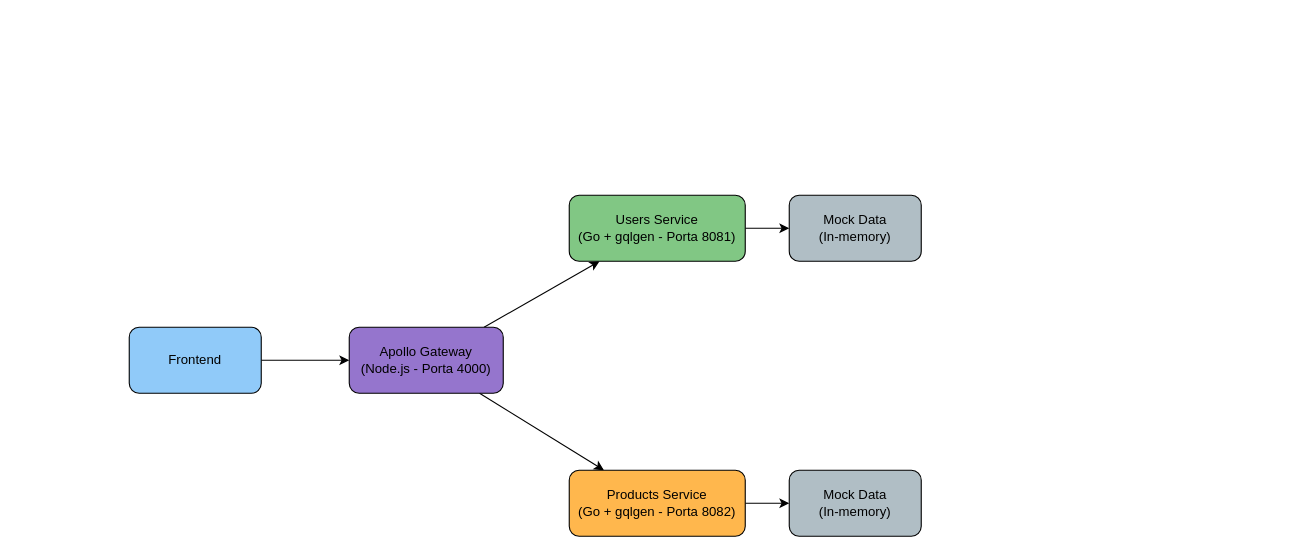
lorenaziviani/go_fed keeps this draw.io diagram as gofed/docs/arquitecture.drawio. Above is the earlier version. Source tidied: cells renumbered, new cells numbered last; positions are measured from the earlier drawing's top-left corner, leaving out a move shared by most shapes. Both pictures are drawn from the tidied source at 110%, with x=0, y=0 at pixel (129, 195).
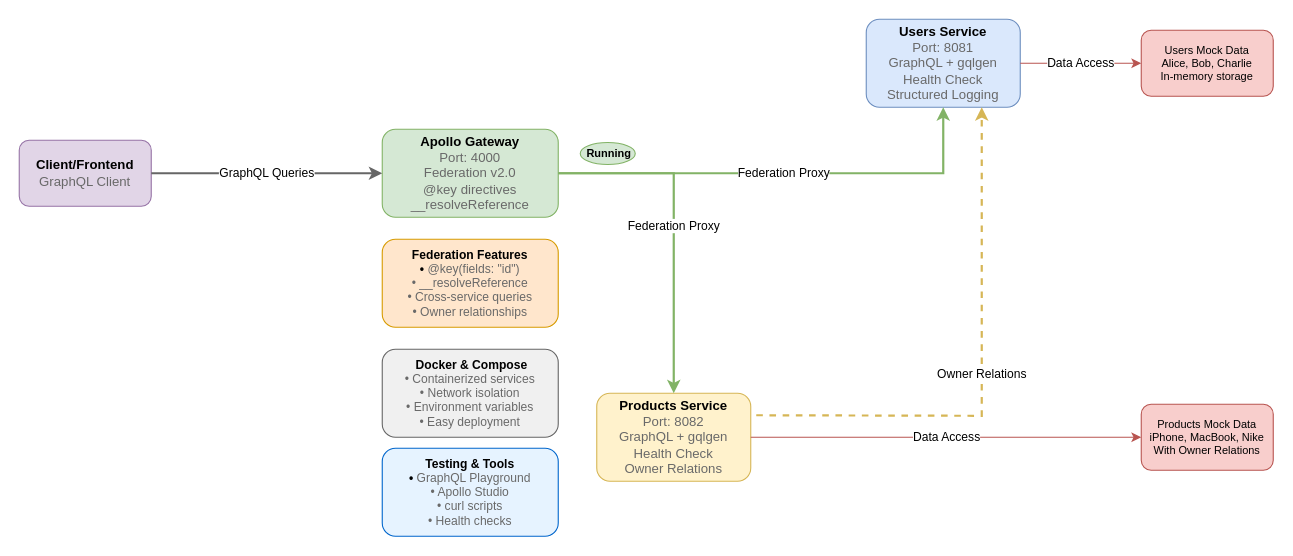
The same page after the edit.

What changed in the source:
```diff
@@
 <mxGraphModel>
   <root>
     <mxCell id="0" />
     <mxCell id="1" parent="0" />
-    <mxCell id="2" style="edgeStyle=none;html=1;" parent="1" edge="1" source="3" target="6">
-      <mxGeometry relative="1" as="geometry" />
-    </mxCell>
-    <mxCell id="3" value="Frontend" style="rounded=1;whiteSpace=wrap;html=1;fillColor=#90CAF9;" parent="1" vertex="1">
-      <mxGeometry y="120" width="120" height="60" as="geometry" />
-    </mxCell>
-    <mxCell id="4" style="edgeStyle=none;html=1;" parent="1" edge="1" source="6" target="8">
-      <mxGeometry relative="1" as="geometry" />
-    </mxCell>
-    <mxCell id="5" style="edgeStyle=none;html=1;" parent="1" edge="1" source="6" target="10">
-      <mxGeometry relative="1" as="geometry" />
-    </mxCell>
-    <mxCell id="6" value="Apollo Gateway&lt;div&gt;(Node.js - Porta 4000)&lt;/div&gt;" style="rounded=1;whiteSpace=wrap;html=1;fillColor=#9575CD;" parent="1" vertex="1">
-      <mxGeometry x="200" y="120" width="140" height="60" as="geometry" />
-    </mxCell>
-    <mxCell id="7" style="edgeStyle=none;html=1;" parent="1" edge="1" source="8" target="11">
-      <mxGeometry relative="1" as="geometry" />
-    </mxCell>
-    <mxCell id="8" value="Users Service&lt;div&gt;(Go + gqlgen - Porta 8081)&lt;/div&gt;" style="rounded=1;whiteSpace=wrap;html=1;fillColor=#81C784;" parent="1" vertex="1">
-      <mxGeometry x="400" width="160" height="60" as="geometry" />
-    </mxCell>
-    <mxCell id="9" style="edgeStyle=none;html=1;" parent="1" edge="1" source="10" target="12">
-      <mxGeometry relative="1" as="geometry" />
-    </mxCell>
-    <mxCell id="10" value="Products Service&lt;div&gt;(Go + gqlgen - Porta 8082)&lt;/div&gt;" style="rounded=1;whiteSpace=wrap;html=1;fillColor=#FFB74D;" parent="1" vertex="1">
-      <mxGeometry x="400" y="250" width="160" height="60" as="geometry" />
-    </mxCell>
-    <mxCell id="11" value="Mock Data&lt;div&gt;(In-memory)&lt;/div&gt;" style="rounded=1;whiteSpace=wrap;html=1;fillColor=#B0BEC5;" parent="1" vertex="1">
-      <mxGeometry x="600" width="120" height="60" as="geometry" />
-    </mxCell>
-    <mxCell id="12" value="Mock Data&lt;div&gt;(In-memory)&lt;/div&gt;" style="rounded=1;whiteSpace=wrap;html=1;fillColor=#B0BEC5;" parent="1" vertex="1">
-      <mxGeometry x="600" y="250" width="120" height="60" as="geometry" />
-    </mxCell>
+    <mxCell id="13" value="Client/Frontend&lt;br&gt;&lt;span style=&quot;font-weight: normal;&quot;&gt;&lt;font style=&quot;color: rgb(105, 105, 105);&quot;&gt;GraphQL &lt;/font&gt;&lt;font style=&quot;color: rgb(105, 105, 105);&quot;&gt;Client&lt;/font&gt;&lt;/span&gt;" style="rounded=1;whiteSpace=wrap;html=1;fillColor=#e1d5e7;strokeColor=#9673a6;fontSize=12;fontStyle=1;" parent="1" vertex="1">
+      <mxGeometry x="-100" y="-50" width="120" height="60" as="geometry" />
+    </mxCell>
+    <mxCell id="14" value="Apollo Gateway&lt;br&gt;&lt;span style=&quot;font-weight: normal;&quot;&gt;&lt;font style=&quot;color: rgb(105, 105, 105);&quot;&gt;Port: 4000&lt;br&gt;Federation v2.0&lt;br&gt;@key directives&lt;br&gt;__resolveReference&lt;/font&gt;&lt;/span&gt;" style="rounded=1;whiteSpace=wrap;html=1;fillColor=#d5e8d4;strokeColor=#82b366;fontSize=12;fontStyle=1;" parent="1" vertex="1">
+      <mxGeometry x="230" y="-60" width="160" height="80" as="geometry" />
+    </mxCell>
+    <mxCell id="15" value="Users Service&lt;br&gt;&lt;span style=&quot;font-weight: normal;&quot;&gt;&lt;font style=&quot;color: rgb(105, 105, 105);&quot;&gt;Port: 8081&lt;br&gt;GraphQL + gqlgen&lt;br&gt;Health Check&lt;br&gt;Structured Logging&lt;/font&gt;&lt;/span&gt;" style="rounded=1;whiteSpace=wrap;html=1;fillColor=#dae8fc;strokeColor=#6c8ebf;fontSize=12;fontStyle=1;" parent="1" vertex="1">
+      <mxGeometry x="670" y="-160" width="140" height="80" as="geometry" />
+    </mxCell>
+    <mxCell id="16" value="Products Service&lt;br&gt;&lt;span style=&quot;font-weight: normal;&quot;&gt;&lt;font style=&quot;color: rgb(105, 105, 105);&quot;&gt;Port: 8082&lt;br&gt;GraphQL + gqlgen&lt;br&gt;Health Check&lt;br&gt;Owner Relations&lt;/font&gt;&lt;/span&gt;" style="rounded=1;whiteSpace=wrap;html=1;fillColor=#fff2cc;strokeColor=#d6b656;fontSize=12;fontStyle=1;" parent="1" vertex="1">
+      <mxGeometry x="425" y="180" width="140" height="80" as="geometry" />
+    </mxCell>
+    <mxCell id="17" value="Users Mock Data&lt;br&gt;Alice, Bob, Charlie&lt;br&gt;In-memory storage" style="rounded=1;whiteSpace=wrap;html=1;fillColor=#f8cecc;strokeColor=#b85450;fontSize=10;" parent="1" vertex="1">
+      <mxGeometry x="920" y="-150" width="120" height="60" as="geometry" />
+    </mxCell>
+    <mxCell id="18" value="Products Mock Data&lt;br&gt;iPhone, MacBook, Nike&lt;br&gt;With Owner Relations" style="rounded=1;whiteSpace=wrap;html=1;fillColor=#f8cecc;strokeColor=#b85450;fontSize=10;" parent="1" vertex="1">
+      <mxGeometry x="920" y="190" width="120" height="60" as="geometry" />
+    </mxCell>
+    <mxCell id="19" value="Federation Features&lt;br&gt;• &lt;span style=&quot;font-weight: normal;&quot;&gt;&lt;font style=&quot;color: rgb(105, 105, 105);&quot;&gt;@key(fields: &quot;id&quot;)&lt;br&gt;• __resolveReference&lt;br&gt;• Cross-service queries&lt;br&gt;• Owner relationships&lt;/font&gt;&lt;/span&gt;" style="rounded=1;whiteSpace=wrap;html=1;fillColor=#ffe6cc;strokeColor=#d79b00;fontSize=11;fontStyle=1;" parent="1" vertex="1">
+      <mxGeometry x="230" y="40" width="160" height="80" as="geometry" />
+    </mxCell>
+    <mxCell id="20" value="Testing &amp;amp; Tools&lt;br&gt;•&lt;span style=&quot;font-weight: normal;&quot;&gt;&lt;font style=&quot;color: rgb(105, 105, 105);&quot;&gt; GraphQL Playground&lt;br&gt;• Apollo Studio&lt;br&gt;• curl scripts&lt;br&gt;• Health checks&lt;/font&gt;&lt;/span&gt;" style="rounded=1;whiteSpace=wrap;html=1;fillColor=#e6f3ff;strokeColor=#0066cc;fontSize=11;fontStyle=1;" parent="1" vertex="1">
+      <mxGeometry x="230" y="230" width="160" height="80" as="geometry" />
+    </mxCell>
+    <mxCell id="21" value="&amp;nbsp;Docker &amp;amp; Compose&lt;br&gt;&lt;span style=&quot;font-weight: normal;&quot;&gt;&lt;font style=&quot;color: rgb(105, 105, 105);&quot;&gt;• Containerized services&lt;br&gt;• Network isolation&lt;br&gt;• Environment variables&lt;br&gt;• Easy deployment&lt;/font&gt;&lt;/span&gt;" style="rounded=1;whiteSpace=wrap;html=1;fillColor=#f0f0f0;strokeColor=#666666;fontSize=11;fontStyle=1;" parent="1" vertex="1">
+      <mxGeometry x="230" y="140" width="160" height="80" as="geometry" />
+    </mxCell>
+    <mxCell id="22" value="GraphQL Queries" style="edgeStyle=orthogonalEdgeStyle;rounded=0;jettySize=auto;html=1;strokeColor=#666666;strokeWidth=2;" parent="1" edge="1" source="13" target="14">
+      <mxGeometry relative="1" as="geometry" />
+    </mxCell>
+    <mxCell id="23" value="Federation Proxy" style="edgeStyle=orthogonalEdgeStyle;rounded=0;jettySize=auto;html=1;strokeColor=#82b366;strokeWidth=2;" parent="1" edge="1" source="14" target="15">
+      <mxGeometry relative="1" as="geometry" />
+    </mxCell>
+    <mxCell id="24" value="Federation Proxy" style="edgeStyle=orthogonalEdgeStyle;rounded=0;jettySize=auto;html=1;strokeColor=#82b366;strokeWidth=2;" parent="1" edge="1" source="14" target="16">
+      <mxGeometry relative="1" as="geometry" />
+    </mxCell>
+    <mxCell id="25" value="Data Access" style="edgeStyle=orthogonalEdgeStyle;rounded=0;jettySize=auto;html=1;strokeColor=#b85450;strokeWidth=1;" parent="1" edge="1" source="15" target="17">
+      <mxGeometry relative="1" as="geometry" />
+    </mxCell>
+    <mxCell id="26" value="Data Access" style="edgeStyle=orthogonalEdgeStyle;rounded=0;jettySize=auto;html=1;strokeColor=#b85450;strokeWidth=1;" parent="1" edge="1" source="16" target="18">
+      <mxGeometry relative="1" as="geometry" />
+    </mxCell>
+    <mxCell id="27" value="Owner Relations" style="edgeStyle=orthogonalEdgeStyle;rounded=0;jettySize=auto;html=1;strokeColor=#d6b656;strokeWidth=2;dashed=1;entryX=0.75;entryY=1;entryDx=0;entryDy=0;" parent="1" edge="1" target="15">
+      <mxGeometry relative="1" as="geometry">
+        <mxPoint x="570" y="200" as="sourcePoint" />
+      </mxGeometry>
+    </mxCell>
+    <mxCell id="28" value="&amp;nbsp;Running" style="ellipse;whiteSpace=wrap;html=1;fillColor=#d5e8d4;strokeColor=#82b366;fontSize=10;fontStyle=1;" parent="1" vertex="1">
+      <mxGeometry x="410" y="-48" width="50" height="20" as="geometry" />
+    </mxCell>
   </root>
 </mxGraphModel>
```
